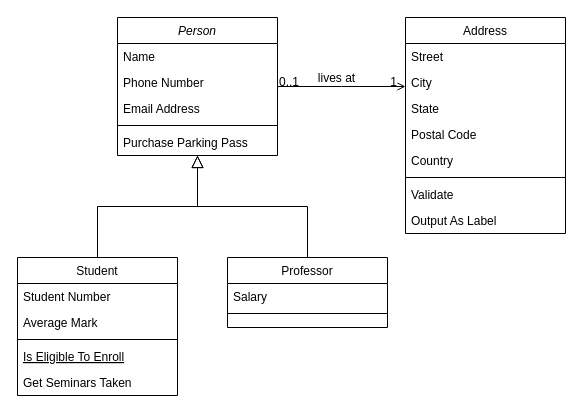
Earlier version of the draw.io diagram Untitled Diagram.drawio (engiraba/oeblockchain). Source tidied: cells renumbered, new cells numbered last; positions are measured from the earlier drawing's top-left corner, leaving out a move shared by most shapes. Both pictures are drawn from the tidied source at 100%, with x=0, y=0 at pixel (17, 17).
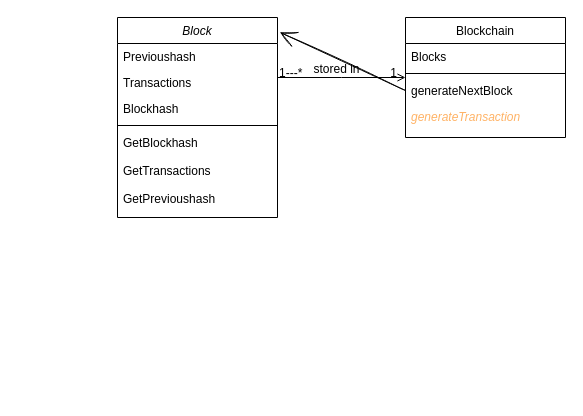
The same page after the edit.

The change refers to these unchanged cells:
```xml
<mxCell id="28" style="endArrow=open;shadow=0;strokeWidth=1;rounded=0;endFill=1;edgeStyle=elbowEdgeStyle;elbow=vertical;" parent="1" edge="1" source="2" target="19">
  <mxGeometry x="0.5" y="41" relative="1" as="geometry">
    <mxPoint x="-40" y="32" as="offset" />
  </mxGeometry>
</mxCell>
```

What changed in the source:
```diff
@@
-    <mxCell id="2" value="Person" style="swimlane;fontStyle=2;align=center;verticalAlign=top;horizontal=1;startSize=26;rounded=0;shadow=0;strokeWidth=1;" parent="1" vertex="1">
-      <mxGeometry x="100" width="160" height="138" as="geometry" />
+    <mxCell id="2" value="Block" style="swimlane;fontStyle=2;align=center;verticalAlign=top;horizontal=1;startSize=26;rounded=0;shadow=0;strokeWidth=1;" parent="1" vertex="1">
+      <mxGeometry x="100" width="160" height="200" as="geometry" />
     </mxCell>
-    <mxCell id="3" value="Name" style="text;align=left;verticalAlign=top;spacingLeft=4;spacingRight=4;overflow=hidden;" parent="2" vertex="1">
+    <mxCell id="3" value="Previoushash" style="text;align=left;verticalAlign=top;spacingLeft=4;spacingRight=4;overflow=hidden;" parent="2" vertex="1">
       <mxGeometry y="26" width="160" height="26" as="geometry" />
     </mxCell>
-    <mxCell id="4" value="Phone Number" style="text;align=left;verticalAlign=top;spacingLeft=4;spacingRight=4;overflow=hidden;rounded=0;shadow=0;html=0;" parent="2" vertex="1">
+    <mxCell id="4" value="Transactions" style="text;align=left;verticalAlign=top;spacingLeft=4;spacingRight=4;overflow=hidden;rounded=0;shadow=0;html=0;" parent="2" vertex="1">
       <mxGeometry y="52" width="160" height="26" as="geometry" />
     </mxCell>
-    <mxCell id="5" value="Email Address" style="text;align=left;verticalAlign=top;spacingLeft=4;spacingRight=4;overflow=hidden;rounded=0;shadow=0;html=0;" parent="2" vertex="1">
+    <mxCell id="5" value="Blockhash" style="text;align=left;verticalAlign=top;spacingLeft=4;spacingRight=4;overflow=hidden;rounded=0;shadow=0;html=0;" parent="2" vertex="1">
       <mxGeometry y="78" width="160" height="26" as="geometry" />
     </mxCell>
@@
-    <mxCell id="7" value="Purchase Parking Pass" style="text;align=left;verticalAlign=top;spacingLeft=4;spacingRight=4;overflow=hidden;" parent="2" vertex="1">
-      <mxGeometry y="112" width="160" height="26" as="geometry" />
+    <mxCell id="7" value="GetBlockhash&#10;&#10;GetTransactions&#10;&#10;GetPrevioushash" style="text;align=left;verticalAlign=top;spacingLeft=4;spacingRight=4;overflow=hidden;" parent="2" vertex="1">
+      <mxGeometry y="112" width="160" height="88" as="geometry" />
     </mxCell>
-    <mxCell id="8" value="Student" style="swimlane;fontStyle=0;align=center;verticalAlign=top;horizontal=1;startSize=26;rounded=0;shadow=0;strokeWidth=1;" parent="1" vertex="1">
-      <mxGeometry y="240" width="160" height="138" as="geometry" />
-    </mxCell>
-    <mxCell id="9" value="Student Number" style="text;align=left;verticalAlign=top;spacingLeft=4;spacingRight=4;overflow=hidden;" parent="8" vertex="1">
-      <mxGeometry y="26" width="160" height="26" as="geometry" />
-    </mxCell>
-    <mxCell id="10" value="Average Mark" style="text;align=left;verticalAlign=top;spacingLeft=4;spacingRight=4;overflow=hidden;rounded=0;shadow=0;html=0;" parent="8" vertex="1">
-      <mxGeometry y="52" width="160" height="26" as="geometry" />
-    </mxCell>
-    <mxCell id="11" style="line;html=1;strokeWidth=1;align=left;verticalAlign=middle;spacingTop=-1;spacingLeft=3;spacingRight=3;labelPosition=right;" parent="8" vertex="1">
-      <mxGeometry y="78" width="160" height="8" as="geometry" />
-    </mxCell>
-    <mxCell id="12" value="Is Eligible To Enroll" style="text;align=left;verticalAlign=top;spacingLeft=4;spacingRight=4;overflow=hidden;fontStyle=4;" parent="8" vertex="1">
-      <mxGeometry y="86" width="160" height="26" as="geometry" />
-    </mxCell>
-    <mxCell id="13" value="Get Seminars Taken" style="text;align=left;verticalAlign=top;spacingLeft=4;spacingRight=4;overflow=hidden;" parent="8" vertex="1">
-      <mxGeometry y="112" width="160" height="26" as="geometry" />
-    </mxCell>
-    <mxCell id="14" style="endArrow=block;endSize=10;endFill=0;shadow=0;strokeWidth=1;rounded=0;edgeStyle=elbowEdgeStyle;elbow=vertical;" parent="1" edge="1" source="8" target="2">
-      <mxGeometry relative="1" as="geometry" />
-    </mxCell>
-    <mxCell id="15" value="Professor" style="swimlane;fontStyle=0;align=center;verticalAlign=top;horizontal=1;startSize=26;rounded=0;shadow=0;strokeWidth=1;" parent="1" vertex="1">
-      <mxGeometry x="210" y="240" width="160" height="70" as="geometry" />
-    </mxCell>
-    <mxCell id="16" value="Salary" style="text;align=left;verticalAlign=top;spacingLeft=4;spacingRight=4;overflow=hidden;" parent="15" vertex="1">
-      <mxGeometry y="26" width="160" height="26" as="geometry" />
-    </mxCell>
-    <mxCell id="17" style="line;html=1;strokeWidth=1;align=left;verticalAlign=middle;spacingTop=-1;spacingLeft=3;spacingRight=3;labelPosition=right;" parent="15" vertex="1">
-      <mxGeometry y="52" width="160" height="8" as="geometry" />
-    </mxCell>
-    <mxCell id="18" style="endArrow=block;endSize=10;endFill=0;shadow=0;strokeWidth=1;rounded=0;edgeStyle=elbowEdgeStyle;elbow=vertical;" parent="1" edge="1" source="15" target="2">
-      <mxGeometry relative="1" as="geometry" />
-    </mxCell>
-    <mxCell id="19" value="Address" style="swimlane;fontStyle=0;align=center;verticalAlign=top;horizontal=1;startSize=26;rounded=0;shadow=0;strokeWidth=1;" parent="1" vertex="1">
-      <mxGeometry x="388" width="160" height="216" as="geometry" />
+    <mxCell id="19" value="Blockchain" style="swimlane;fontStyle=0;align=center;verticalAlign=top;horizontal=1;startSize=26;rounded=0;shadow=0;strokeWidth=1;" parent="1" vertex="1">
+      <mxGeometry x="388" width="160" height="120" as="geometry" />
     </mxCell>
-    <mxCell id="20" value="Street" style="text;align=left;verticalAlign=top;spacingLeft=4;spacingRight=4;overflow=hidden;" parent="19" vertex="1">
+    <mxCell id="20" value="Blocks" style="text;align=left;verticalAlign=top;spacingLeft=4;spacingRight=4;overflow=hidden;" parent="19" vertex="1">
       <mxGeometry y="26" width="160" height="26" as="geometry" />
     </mxCell>
-    <mxCell id="21" value="City" style="text;align=left;verticalAlign=top;spacingLeft=4;spacingRight=4;overflow=hidden;rounded=0;shadow=0;html=0;" parent="19" vertex="1">
-      <mxGeometry y="52" width="160" height="26" as="geometry" />
-    </mxCell>
-    <mxCell id="22" value="State" style="text;align=left;verticalAlign=top;spacingLeft=4;spacingRight=4;overflow=hidden;rounded=0;shadow=0;html=0;" parent="19" vertex="1">
-      <mxGeometry y="78" width="160" height="26" as="geometry" />
-    </mxCell>
-    <mxCell id="23" value="Postal Code" style="text;align=left;verticalAlign=top;spacingLeft=4;spacingRight=4;overflow=hidden;rounded=0;shadow=0;html=0;" parent="19" vertex="1">
-      <mxGeometry y="104" width="160" height="26" as="geometry" />
-    </mxCell>
-    <mxCell id="24" value="Country" style="text;align=left;verticalAlign=top;spacingLeft=4;spacingRight=4;overflow=hidden;rounded=0;shadow=0;html=0;" parent="19" vertex="1">
-      <mxGeometry y="130" width="160" height="26" as="geometry" />
-    </mxCell>
     <mxCell id="25" style="line;html=1;strokeWidth=1;align=left;verticalAlign=middle;spacingTop=-1;spacingLeft=3;spacingRight=3;labelPosition=right;" parent="19" vertex="1">
-      <mxGeometry y="156" width="160" height="8" as="geometry" />
+      <mxGeometry y="52" width="160" height="8" as="geometry" />
     </mxCell>
-    <mxCell id="26" value="Validate" style="text;align=left;verticalAlign=top;spacingLeft=4;spacingRight=4;overflow=hidden;points=[[0,0.5],[1,0.5]];portConstraint=eastwest;" parent="19" vertex="1">
-      <mxGeometry y="164" width="160" height="26" as="geometry" />
+    <mxCell id="26" value="generateNextBlock" style="text;align=left;verticalAlign=top;spacingLeft=4;spacingRight=4;overflow=hidden;points=[[0,0.5],[1,0.5]];portConstraint=eastwest;" parent="19" vertex="1">
+      <mxGeometry y="60" width="160" height="26" as="geometry" />
     </mxCell>
-    <mxCell id="27" value="Output As Label" style="text;align=left;verticalAlign=top;spacingLeft=4;spacingRight=4;overflow=hidden;" parent="19" vertex="1">
-      <mxGeometry y="190" width="160" height="26" as="geometry" />
+    <mxCell id="27" value="generateTransaction" style="text;align=left;verticalAlign=top;spacingLeft=4;spacingRight=4;overflow=hidden;fontColor=#FFB366;fontStyle=2;" parent="19" vertex="1">
+      <mxGeometry y="86" width="160" height="26" as="geometry" />
     </mxCell>
@@
-    <mxCell id="29" value="0..1" style="align=left;verticalAlign=bottom;labelBackgroundColor=none;fontSize=12;" parent="28" vertex="1">
+    <mxCell id="29" value="1---*" style="align=left;verticalAlign=bottom;labelBackgroundColor=none;fontSize=12;" parent="28" vertex="1">
       <mxGeometry x="-1" relative="1" as="geometry">
         <mxPoint y="4" as="offset" />
       </mxGeometry>
     </mxCell>
@@
-    <mxCell id="31" value="lives at" style="text;html=1;align=center;verticalAlign=middle;labelBackgroundColor=none;rounded=0;shadow=0;strokeWidth=1;fontSize=12;" parent="28" vertex="1">
+    <mxCell id="31" value="stored in" style="text;html=1;align=center;verticalAlign=middle;labelBackgroundColor=none;rounded=0;shadow=0;strokeWidth=1;fontSize=12;" parent="28" vertex="1">
       <mxGeometry x="0.5" y="49" relative="1" as="geometry">
         <mxPoint x="-38" y="40" as="offset" />
       </mxGeometry>
     </mxCell>
+    <mxCell id="32" style="edgeStyle=none;curved=1;rounded=0;sketch=1;hachureGap=4;jettySize=auto;html=1;entryX=1.017;entryY=0.075;entryDx=0;entryDy=0;fontFamily=Architects Daughter;fontSize=16;fontColor=#FF9999;endArrow=open;startSize=14;endSize=14;sourcePerimeterSpacing=8;targetPerimeterSpacing=8;exitX=0;exitY=0.5;exitDx=0;exitDy=0;entryPerimeter=0;" parent="1" edge="1" source="26" target="2">
+      <mxGeometry relative="1" as="geometry" />
+    </mxCell>
```
